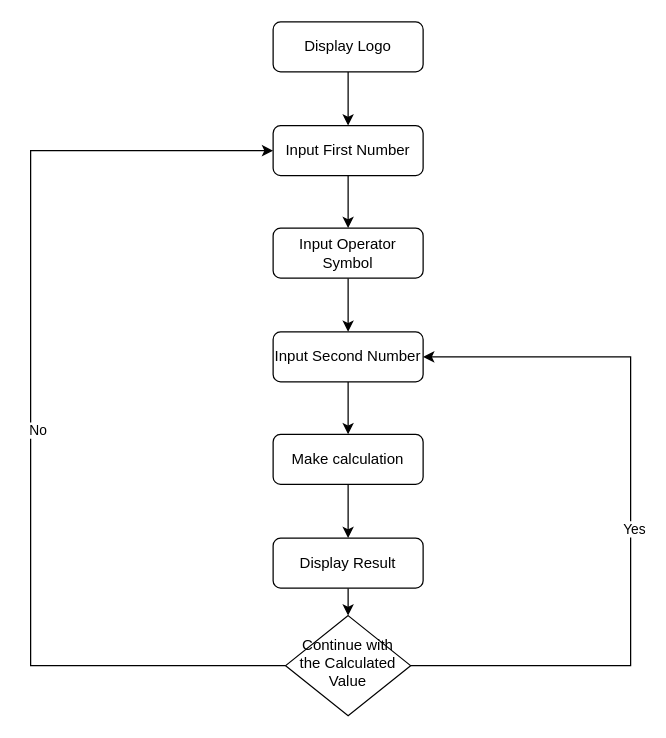
This is day_10_calculator_app/project_files/Flowchart_calculator_app.drawio from ErkanHatipoglu/100-days-of-code, a draw.io file, before an edit. Source tidied: cells renumbered, new cells numbered last; positions are measured from the earlier drawing's top-left corner, leaving out a move shared by most shapes. Both pictures are drawn from the tidied source at 125%, with x=0, y=0 at pixel (30, 21).
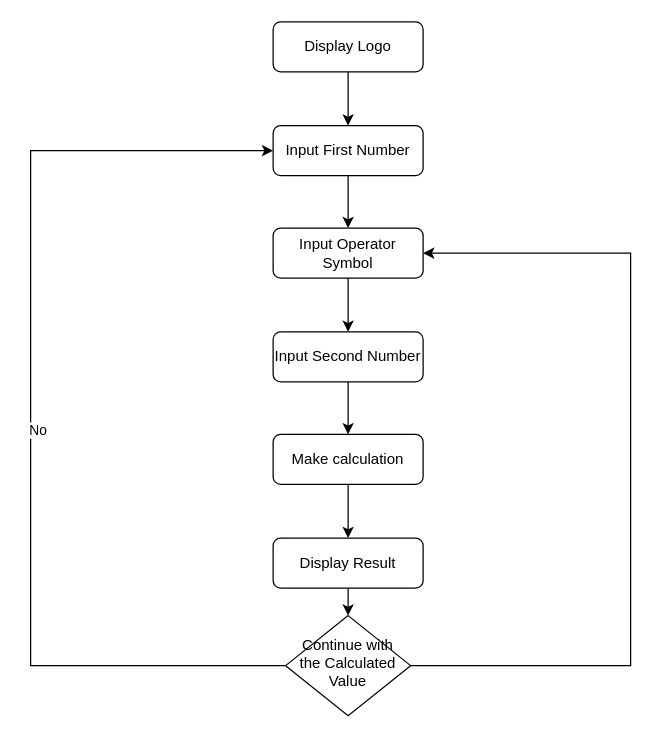
After the change.

The change refers to these unchanged cells:
```xml
<mxCell id="8" value="Continue with the Calculated Value" style="rhombus;whiteSpace=wrap;html=1;shadow=0;fontFamily=Helvetica;fontSize=12;align=center;strokeWidth=1;spacing=6;spacingTop=-4;" parent="1" vertex="1">
  <mxGeometry x="204" y="475" width="100" height="80" as="geometry" />
</mxCell>
<mxCell id="12" value="Input Operator Symbol" style="rounded=1;whiteSpace=wrap;html=1;fontSize=12;glass=0;strokeWidth=1;shadow=0;" parent="1" vertex="1">
  <mxGeometry x="194" y="165" width="120" height="40" as="geometry" />
</mxCell>
<mxCell id="14" value="Input Second Number" style="rounded=1;whiteSpace=wrap;html=1;fontSize=12;glass=0;strokeWidth=1;shadow=0;" parent="1" vertex="1">
  <mxGeometry x="194" y="248" width="120" height="40" as="geometry" />
</mxCell>
```

Diff of the diagram source:
```diff
@@
-    <mxCell id="4" style="edgeStyle=orthogonalEdgeStyle;rounded=0;jettySize=auto;html=1;exitX=1;exitY=0.5;exitDx=0;exitDy=0;entryX=1;entryY=0.5;entryDx=0;entryDy=0;" parent="1" edge="1" source="8" target="14">
-      <mxGeometry relative="1" as="geometry">
-        <Array as="points">
-          <mxPoint x="480" y="515" />
-          <mxPoint x="480" y="268" />
-        </Array>
-      </mxGeometry>
-    </mxCell>
-    <mxCell id="5" value="Yes" style="edgeLabel;html=1;align=center;verticalAlign=middle;" parent="4" vertex="1">
-      <mxGeometry x="-0.03" y="-2" relative="1" as="geometry" />
-    </mxCell>
@@
+    <mxCell id="19" style="edgeStyle=orthogonalEdgeStyle;rounded=0;jettySize=auto;html=1;exitX=1;exitY=0.5;exitDx=0;exitDy=0;entryX=1;entryY=0.5;entryDx=0;entryDy=0;" parent="1" edge="1" source="8" target="12">
+      <mxGeometry relative="1" as="geometry">
+        <Array as="points">
+          <mxPoint x="480" y="515" />
+          <mxPoint x="480" y="185" />
+        </Array>
+      </mxGeometry>
+    </mxCell>
```
